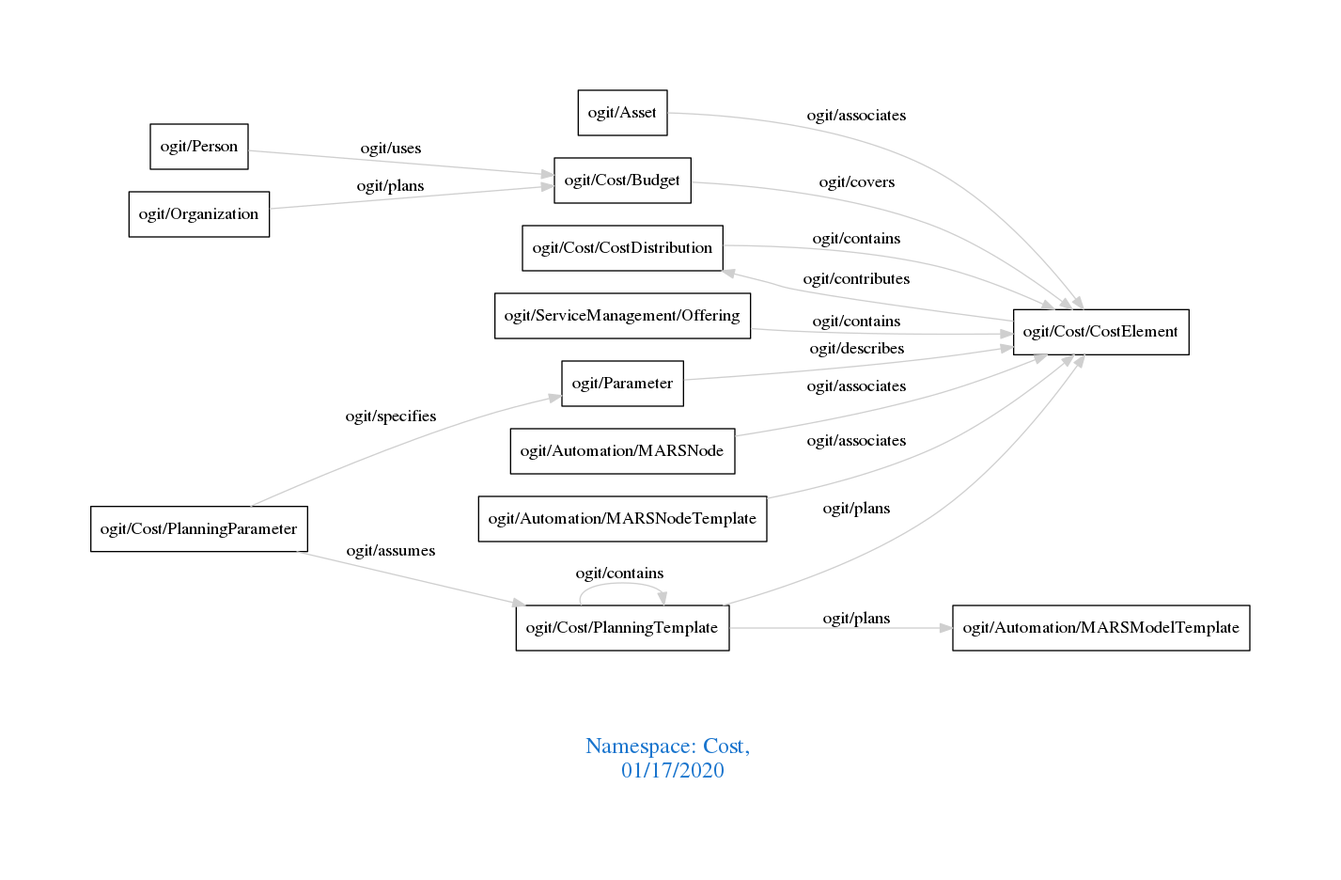
This is downloads/Cost.png from arago/OGIT, a Graphviz export, as it was before one commit. Its source is kept beside it as downloads/Cost.dot.
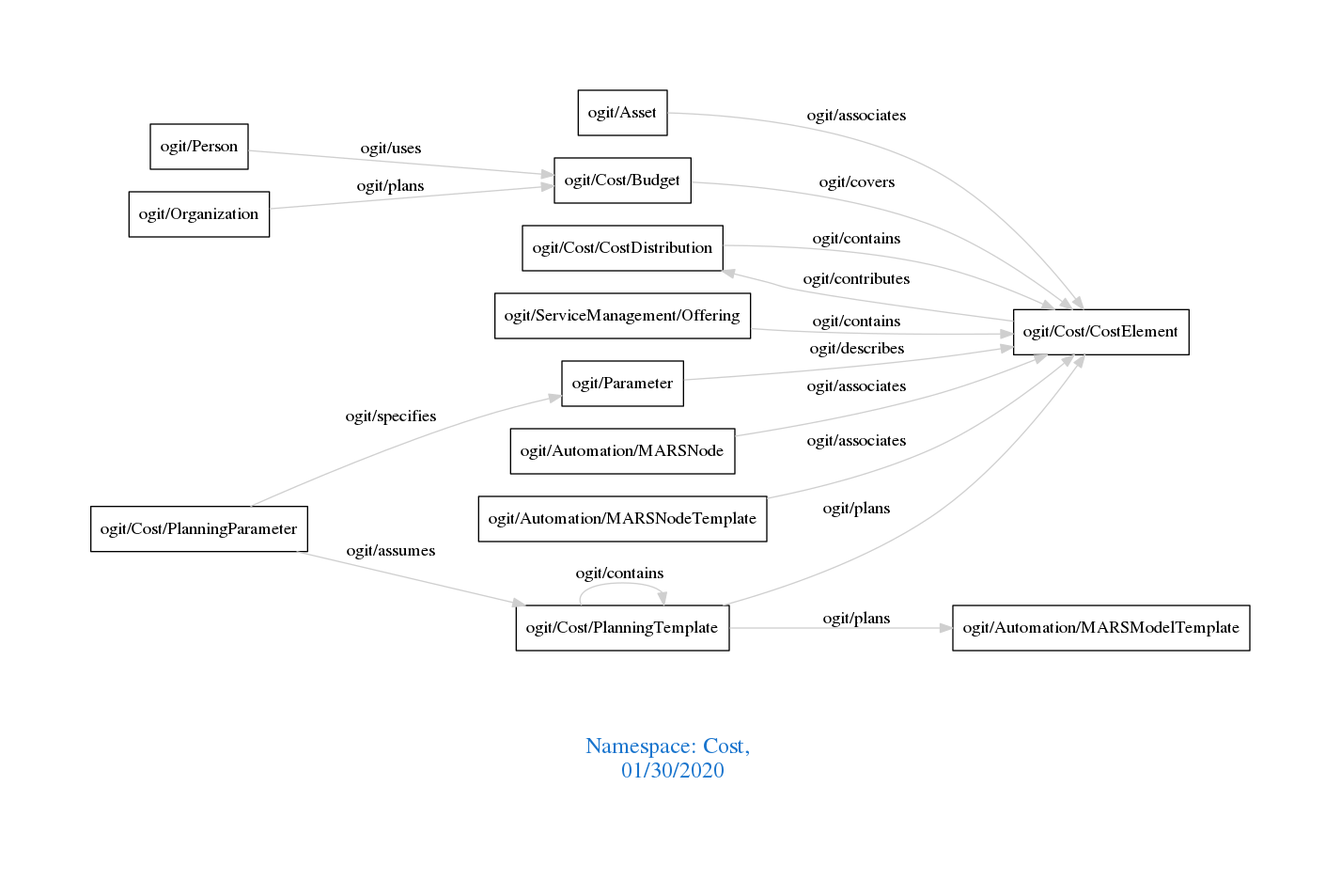
The same diagram one commit later.

What changed in the source:
```diff
@@ -1,7 +1,7 @@
 digraph OGIT_ontology {
  graph [ rankdir= LR,pad=1
 fontsize = 18,
-fontcolor= dodgerblue3,label = "\n\n\nNamespace: Cost, \n 01/17/2020"];
+fontcolor= dodgerblue3,label = "\n\n\nNamespace: Cost, \n 01/30/2020"];
 node[shape=polygon];
 edge [  color="gray81"];
 
```
